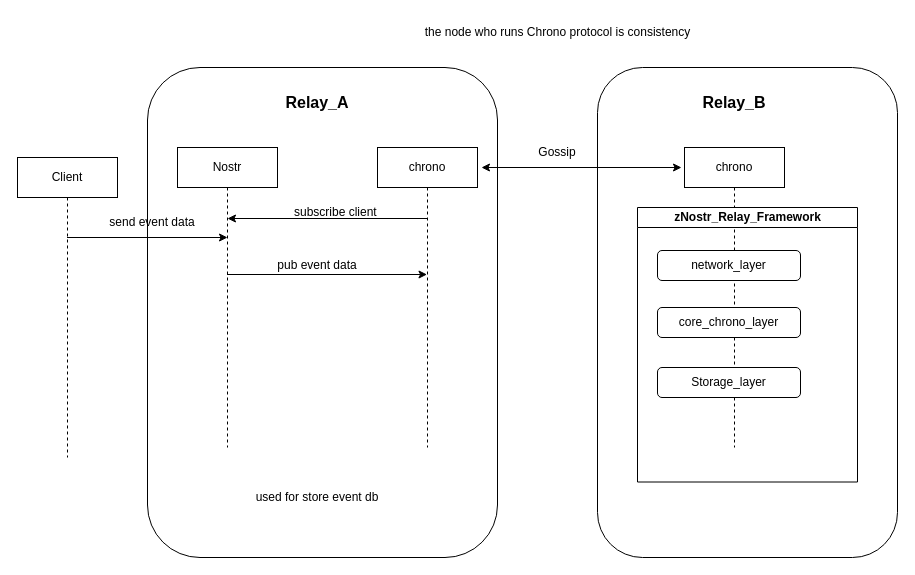
sglk123/lingkangsg keeps this draw.io diagram as 未命名绘图.drawio. Above is the earlier version. Source tidied: cells renumbered, new cells numbered last; positions are measured from the earlier drawing's top-left corner, leaving out a move shared by most shapes. Both pictures are drawn from the tidied source at 100%, with x=0, y=0 at pixel (17, 17).
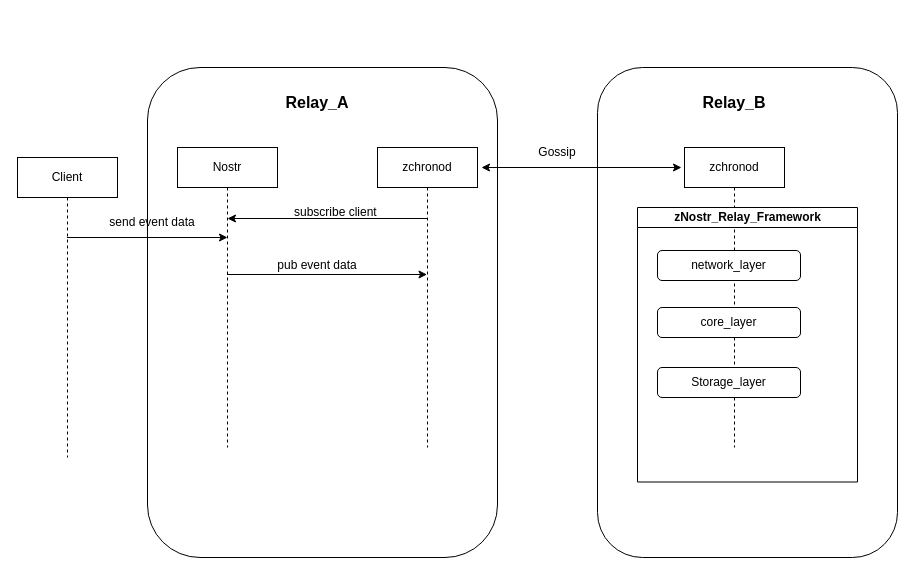
Above is the later version.

The edit, as a diff of the source:
```diff
@@
-    <mxCell id="7" value="chrono" style="shape=umlLifeline;perimeter=lifelinePerimeter;whiteSpace=wrap;html=1;newEdgeStyle={&quot;curved&quot;:0,&quot;rounded&quot;:0};" parent="1" vertex="1">
+    <mxCell id="7" value="zchronod" style="shape=umlLifeline;perimeter=lifelinePerimeter;whiteSpace=wrap;html=1;newEdgeStyle={&quot;curved&quot;:0,&quot;rounded&quot;:0};" parent="1" vertex="1">
       <mxGeometry x="360" y="130" width="100" height="300" as="geometry" />
     </mxCell>
@@
-    <mxCell id="15" value="chrono" style="shape=umlLifeline;perimeter=lifelinePerimeter;whiteSpace=wrap;html=1;newEdgeStyle={&quot;curved&quot;:0,&quot;rounded&quot;:0};" parent="1" vertex="1">
+    <mxCell id="15" value="zchronod" style="shape=umlLifeline;perimeter=lifelinePerimeter;whiteSpace=wrap;html=1;newEdgeStyle={&quot;curved&quot;:0,&quot;rounded&quot;:0};" parent="1" vertex="1">
       <mxGeometry x="667" y="130" width="100" height="300" as="geometry" />
     </mxCell>
@@
-    <mxCell id="20" value="core_chrono_layer" style="rounded=1;whiteSpace=wrap;html=1;" parent="1" vertex="1">
+    <mxCell id="20" value="core_layer" style="rounded=1;whiteSpace=wrap;html=1;" parent="1" vertex="1">
       <mxGeometry x="640" y="290" width="143" height="30" as="geometry" />
     </mxCell>
@@
-    <mxCell id="22" value="used for store event db" style="text;html=1;strokeColor=none;fillColor=none;align=center;verticalAlign=middle;whiteSpace=wrap;rounded=0;" parent="1" vertex="1">
-      <mxGeometry x="225" y="464.5" width="150" height="30" as="geometry" />
-    </mxCell>
-    <mxCell id="23" value="the node who runs Chrono protocol is consistency" style="text;html=1;strokeColor=none;fillColor=none;align=center;verticalAlign=middle;whiteSpace=wrap;rounded=0;" parent="1" vertex="1">
-      <mxGeometry x="382.5" width="315" height="30" as="geometry" />
-    </mxCell>
```
